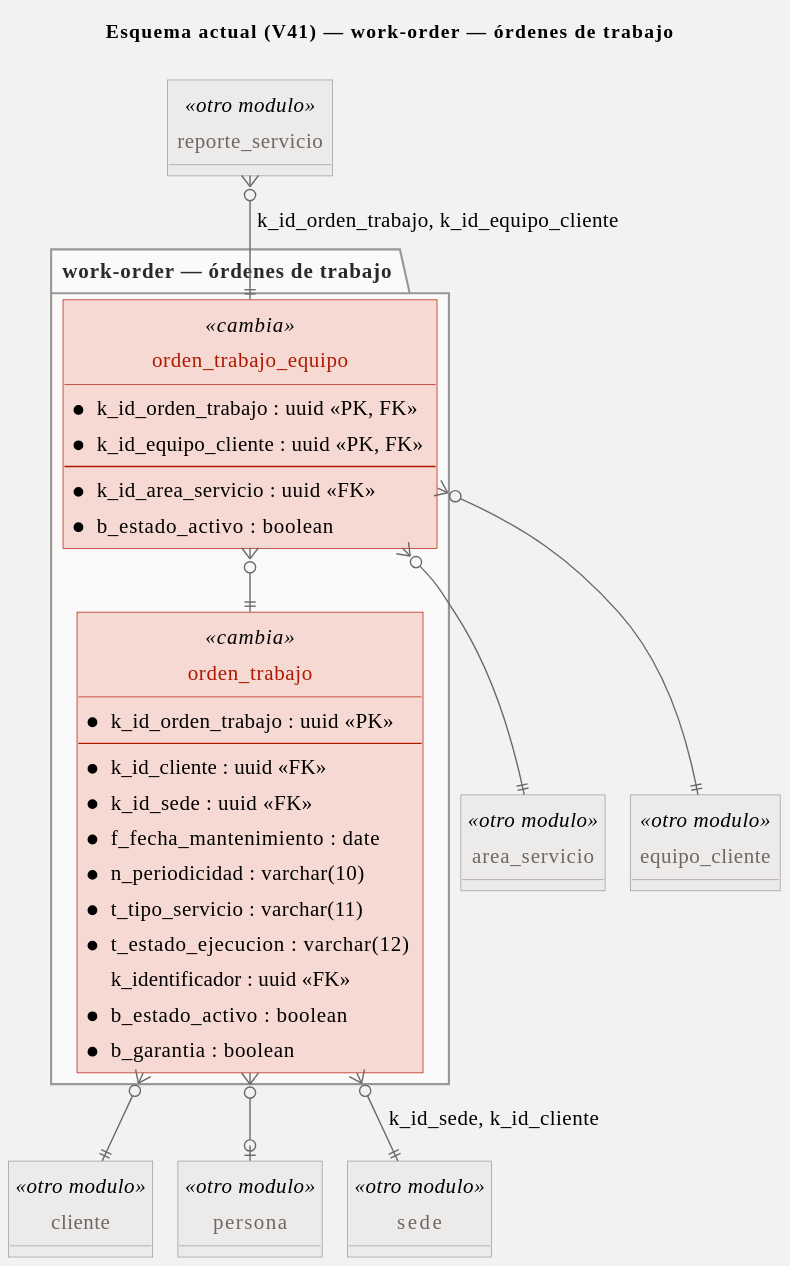
SeanBol222/MalphasOs keeps this PlantUML diagram as Documentation/DatabaseDesign/refactor-3fn/1-hoy/modulos/work-order.svg. Above is the earlier version.
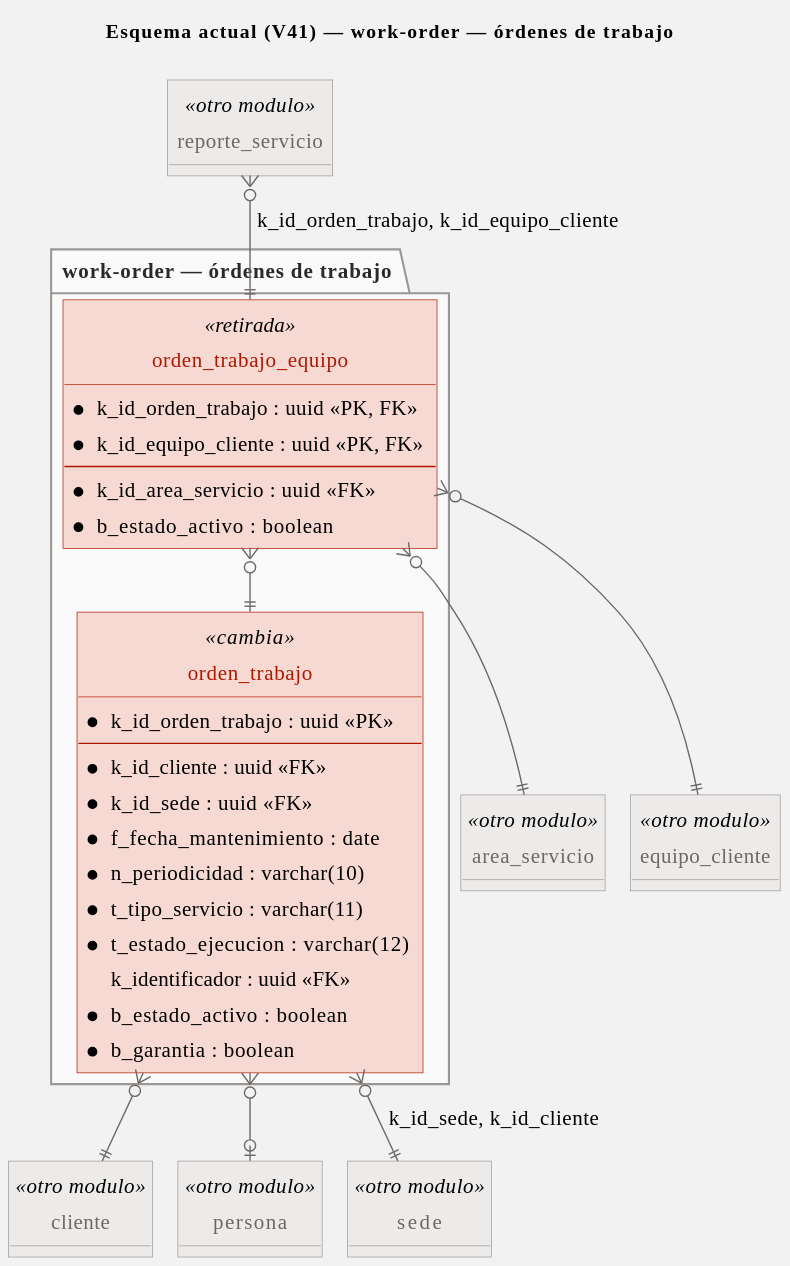
Later version of the same file.

What changed in the source:
```diff
@@ -57,7 +57,7 @@
   * b_estado_activo : boolean
   * b_garantia : boolean
 }
-entity "orden_trabajo_equipo" as orden_trabajo_equipo <<cambia>> {
+entity "orden_trabajo_equipo" as orden_trabajo_equipo <<retirada>> {
   * k_id_orden_trabajo : uuid <<PK, FK>>
   * k_id_equipo_cliente : uuid <<PK, FK>>
   --
```
